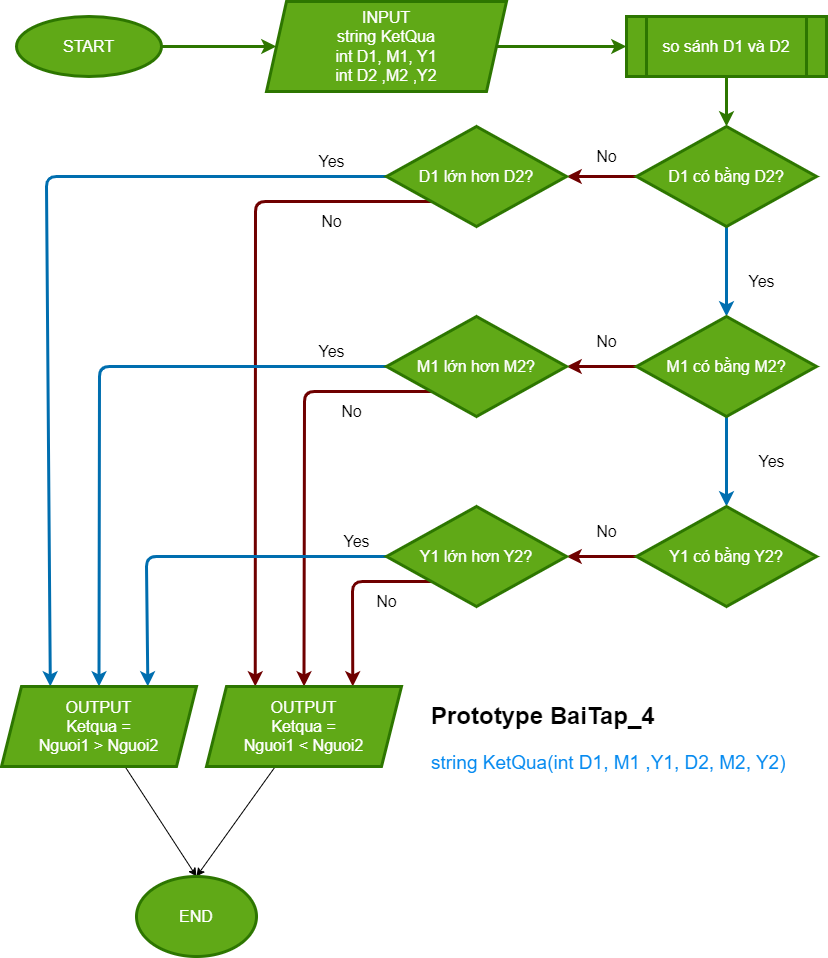
This is Lab_1/Bai_4/FlowBai_4_1.drawio.png from MinkWungNe/NLNNLT, a draw.io export, as it was before one commit. Source tidied: cells renumbered, new cells last; positions are measured from the earlier drawing's top-left corner, leaving out a move shared by most shapes.
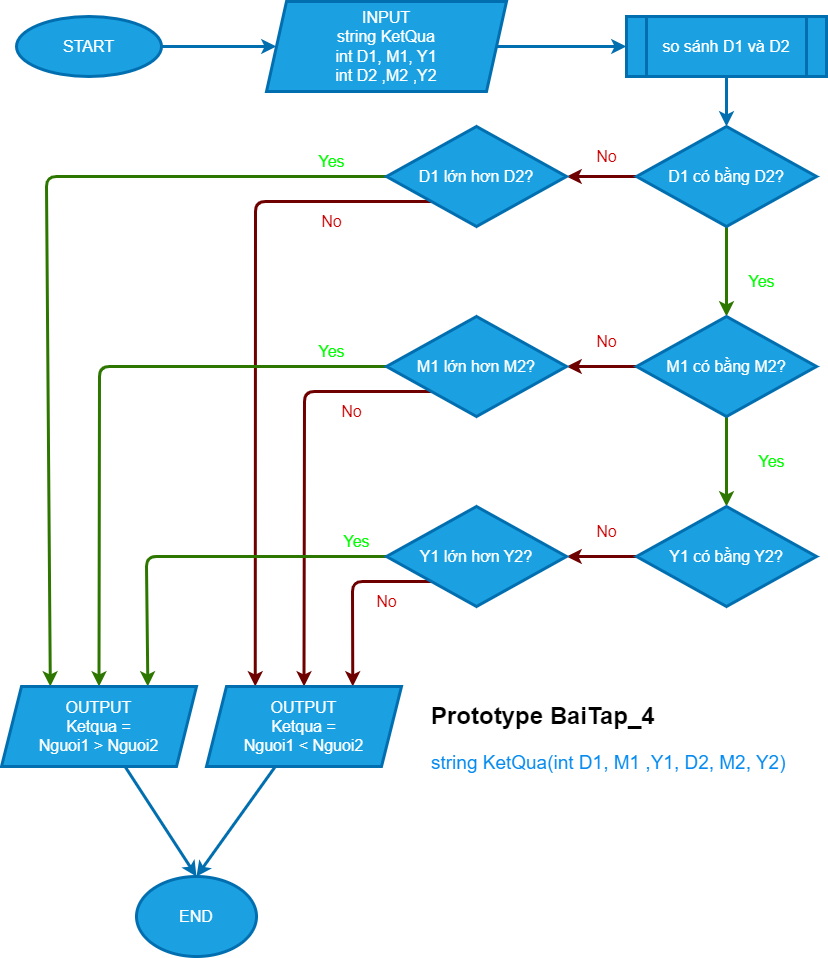
Later version of the same file.

Commit message:
Enhance flowchart readability with color highlights

Diff of the diagram source:
```diff
@@ -2,34 +2,34 @@
   <root>
     <mxCell id="0" />
     <mxCell id="1" parent="0" />
-    <mxCell id="2" style="edgeStyle=none;html=1;entryX=0;entryY=0.5;entryDx=0;entryDy=0;fontSize=16;fillColor=#60a917;strokeColor=#2D7600;strokeWidth=3;" parent="1" edge="1" source="3" target="5">
+    <mxCell id="2" style="edgeStyle=none;html=1;entryX=0;entryY=0.5;entryDx=0;entryDy=0;fontSize=16;fillColor=#1ba1e2;strokeColor=#006EAF;strokeWidth=3;" parent="1" edge="1" source="3" target="5">
       <mxGeometry relative="1" as="geometry" />
     </mxCell>
-    <mxCell id="3" value="START" style="ellipse;whiteSpace=wrap;html=1;fontSize=16;fillColor=#60a917;fontColor=#ffffff;strokeColor=#2D7600;strokeWidth=3;" parent="1" vertex="1">
+    <mxCell id="3" value="START" style="ellipse;whiteSpace=wrap;html=1;fontSize=16;fillColor=#1ba1e2;fontColor=#ffffff;strokeColor=#006EAF;strokeWidth=3;" parent="1" vertex="1">
       <mxGeometry x="15" y="15" width="145" height="60" as="geometry" />
     </mxCell>
-    <mxCell id="4" style="edgeStyle=none;html=1;entryX=0;entryY=0.5;entryDx=0;entryDy=0;fontSize=16;fillColor=#60a917;strokeColor=#2D7600;strokeWidth=3;" parent="1" edge="1" source="5" target="10">
+    <mxCell id="4" style="edgeStyle=none;html=1;entryX=0;entryY=0.5;entryDx=0;entryDy=0;fontSize=16;fillColor=#1ba1e2;strokeColor=#006EAF;strokeWidth=3;" parent="1" edge="1" source="5" target="10">
       <mxGeometry relative="1" as="geometry" />
     </mxCell>
-    <mxCell id="5" value="INPUT&lt;br&gt;string KetQua&lt;br&gt;int D1, M1, Y1&lt;br&gt;int D2 ,M2 ,Y2" style="shape=parallelogram;perimeter=parallelogramPerimeter;whiteSpace=wrap;html=1;fixedSize=1;fontSize=16;labelPosition=center;verticalLabelPosition=middle;align=center;verticalAlign=middle;fillColor=#60a917;fontColor=#ffffff;strokeColor=#2D7600;strokeWidth=3;" parent="1" vertex="1">
+    <mxCell id="5" value="INPUT&lt;br&gt;string KetQua&lt;br&gt;int D1, M1, Y1&lt;br&gt;int D2 ,M2 ,Y2" style="shape=parallelogram;perimeter=parallelogramPerimeter;whiteSpace=wrap;html=1;fixedSize=1;fontSize=16;labelPosition=center;verticalLabelPosition=middle;align=center;verticalAlign=middle;fillColor=#1ba1e2;fontColor=#ffffff;strokeColor=#006EAF;strokeWidth=3;" parent="1" vertex="1">
       <mxGeometry x="265" width="240" height="90" as="geometry" />
     </mxCell>
     <mxCell id="6" style="edgeStyle=none;html=1;fontSize=16;fillColor=#a20025;strokeColor=#6F0000;strokeWidth=3;" parent="1" edge="1" source="8" target="13">
       <mxGeometry relative="1" as="geometry" />
     </mxCell>
-    <mxCell id="7" style="edgeStyle=none;html=1;fontSize=16;fillColor=#1ba1e2;strokeColor=#006EAF;strokeWidth=3;" parent="1" edge="1" source="8" target="16">
+    <mxCell id="7" style="edgeStyle=none;html=1;fontSize=16;fillColor=#60a917;strokeColor=#2D7600;strokeWidth=3;" parent="1" edge="1" source="8" target="16">
       <mxGeometry relative="1" as="geometry" />
     </mxCell>
-    <mxCell id="8" value="D1 có bằng D2?" style="rhombus;whiteSpace=wrap;html=1;fontSize=16;fillColor=#60a917;fontColor=#ffffff;strokeColor=#2D7600;strokeWidth=3;" parent="1" vertex="1">
+    <mxCell id="8" value="D1 có bằng D2?" style="rhombus;whiteSpace=wrap;html=1;fontSize=16;fillColor=#1ba1e2;fontColor=#ffffff;strokeColor=#006EAF;strokeWidth=3;" parent="1" vertex="1">
       <mxGeometry x="635" y="125" width="180" height="100" as="geometry" />
     </mxCell>
-    <mxCell id="9" style="edgeStyle=none;html=1;entryX=0.5;entryY=0;entryDx=0;entryDy=0;fontSize=16;fillColor=#60a917;strokeColor=#2D7600;strokeWidth=3;" parent="1" edge="1" source="10" target="8">
+    <mxCell id="9" style="edgeStyle=none;html=1;entryX=0.5;entryY=0;entryDx=0;entryDy=0;fontSize=16;fillColor=#1ba1e2;strokeColor=#006EAF;strokeWidth=3;" parent="1" edge="1" source="10" target="8">
       <mxGeometry relative="1" as="geometry" />
     </mxCell>
-    <mxCell id="10" value="so sánh D1 và D2" style="shape=process;whiteSpace=wrap;html=1;backgroundOutline=1;fontSize=16;fillColor=#60a917;fontColor=#ffffff;strokeColor=#2D7600;strokeWidth=3;" parent="1" vertex="1">
+    <mxCell id="10" value="so sánh D1 và D2" style="shape=process;whiteSpace=wrap;html=1;backgroundOutline=1;fontSize=16;fillColor=#1ba1e2;fontColor=#ffffff;strokeColor=#006EAF;strokeWidth=3;" parent="1" vertex="1">
       <mxGeometry x="625" y="15" width="200" height="60" as="geometry" />
     </mxCell>
-    <mxCell id="11" style="edgeStyle=none;html=1;entryX=0.25;entryY=0;entryDx=0;entryDy=0;fontSize=16;fillColor=#1ba1e2;strokeColor=#006EAF;strokeWidth=3;" parent="1" edge="1" source="13" target="26">
+    <mxCell id="11" style="edgeStyle=none;html=1;entryX=0.25;entryY=0;entryDx=0;entryDy=0;fontSize=16;fillColor=#60a917;strokeColor=#2D7600;strokeWidth=3;" parent="1" edge="1" source="13" target="26">
       <mxGeometry relative="1" as="geometry">
         <Array as="points">
           <mxPoint x="45" y="175" />
@@ -43,25 +43,25 @@
         </Array>
       </mxGeometry>
     </mxCell>
-    <mxCell id="13" value="D1 lớn hơn D2?" style="rhombus;whiteSpace=wrap;html=1;fontSize=16;fillColor=#60a917;fontColor=#ffffff;strokeColor=#2D7600;strokeWidth=3;" parent="1" vertex="1">
+    <mxCell id="13" value="D1 lớn hơn D2?" style="rhombus;whiteSpace=wrap;html=1;fontSize=16;fillColor=#1ba1e2;fontColor=#ffffff;strokeColor=#006EAF;strokeWidth=3;" parent="1" vertex="1">
       <mxGeometry x="385" y="125" width="180" height="100" as="geometry" />
     </mxCell>
-    <mxCell id="14" style="edgeStyle=none;html=1;fontSize=16;strokeWidth=3;fillColor=#1ba1e2;strokeColor=#006EAF;" parent="1" edge="1" source="16" target="18">
+    <mxCell id="14" style="edgeStyle=none;html=1;fontSize=16;fillColor=#60a917;strokeColor=#2D7600;strokeWidth=3;" parent="1" edge="1" source="16" target="18">
       <mxGeometry relative="1" as="geometry" />
     </mxCell>
     <mxCell id="15" style="edgeStyle=none;html=1;fontSize=16;fillColor=#a20025;strokeColor=#6F0000;strokeWidth=3;" parent="1" edge="1" source="16" target="21">
       <mxGeometry relative="1" as="geometry" />
     </mxCell>
-    <mxCell id="16" value="M1 có bằng M2?" style="rhombus;whiteSpace=wrap;html=1;fontSize=16;fillColor=#60a917;fontColor=#ffffff;strokeColor=#2D7600;strokeWidth=3;" parent="1" vertex="1">
+    <mxCell id="16" value="M1 có bằng M2?" style="rhombus;whiteSpace=wrap;html=1;fontSize=16;fillColor=#1ba1e2;fontColor=#ffffff;strokeColor=#006EAF;strokeWidth=3;" parent="1" vertex="1">
       <mxGeometry x="635" y="315" width="180" height="100" as="geometry" />
     </mxCell>
     <mxCell id="17" style="edgeStyle=none;html=1;fontSize=16;fillColor=#a20025;strokeColor=#6F0000;strokeWidth=3;" parent="1" edge="1" source="18" target="24">
       <mxGeometry relative="1" as="geometry" />
     </mxCell>
-    <mxCell id="18" value="Y1 có bằng Y2?" style="rhombus;whiteSpace=wrap;html=1;fontSize=16;fillColor=#60a917;fontColor=#ffffff;strokeColor=#2D7600;strokeWidth=3;" parent="1" vertex="1">
+    <mxCell id="18" value="Y1 có bằng Y2?" style="rhombus;whiteSpace=wrap;html=1;fontSize=16;fillColor=#1ba1e2;fontColor=#ffffff;strokeColor=#006EAF;strokeWidth=3;" parent="1" vertex="1">
       <mxGeometry x="635" y="505" width="180" height="100" as="geometry" />
     </mxCell>
-    <mxCell id="19" style="edgeStyle=none;html=1;entryX=0.5;entryY=0;entryDx=0;entryDy=0;fontSize=16;fillColor=#1ba1e2;strokeColor=#006EAF;strokeWidth=3;" parent="1" edge="1" source="21" target="26">
+    <mxCell id="19" style="edgeStyle=none;html=1;entryX=0.5;entryY=0;entryDx=0;entryDy=0;fontSize=16;fillColor=#60a917;strokeColor=#2D7600;strokeWidth=3;" parent="1" edge="1" source="21" target="26">
       <mxGeometry relative="1" as="geometry">
         <Array as="points">
           <mxPoint x="98" y="365" />
@@ -75,10 +75,10 @@
         </Array>
       </mxGeometry>
     </mxCell>
-    <mxCell id="21" value="M1 lớn hơn M2?" style="rhombus;whiteSpace=wrap;html=1;fontSize=16;fillColor=#60a917;fontColor=#ffffff;strokeColor=#2D7600;strokeWidth=3;" parent="1" vertex="1">
+    <mxCell id="21" value="M1 lớn hơn M2?" style="rhombus;whiteSpace=wrap;html=1;fontSize=16;fillColor=#1ba1e2;fontColor=#ffffff;strokeColor=#006EAF;strokeWidth=3;" parent="1" vertex="1">
       <mxGeometry x="385" y="315" width="180" height="100" as="geometry" />
     </mxCell>
-    <mxCell id="22" style="edgeStyle=none;html=1;entryX=0.75;entryY=0;entryDx=0;entryDy=0;fontSize=16;fillColor=#1ba1e2;strokeColor=#006EAF;strokeWidth=3;" parent="1" edge="1" source="24" target="26">
+    <mxCell id="22" style="edgeStyle=none;html=1;entryX=0.75;entryY=0;entryDx=0;entryDy=0;fontSize=16;fillColor=#60a917;strokeColor=#2D7600;strokeWidth=3;" parent="1" edge="1" source="24" target="26">
       <mxGeometry relative="1" as="geometry">
         <Array as="points">
           <mxPoint x="145" y="555" />
@@ -92,55 +92,55 @@
         </Array>
       </mxGeometry>
     </mxCell>
-    <mxCell id="24" value="Y1 lớn hơn Y2?" style="rhombus;whiteSpace=wrap;html=1;fontSize=16;fillColor=#60a917;fontColor=#ffffff;strokeColor=#2D7600;strokeWidth=3;" parent="1" vertex="1">
+    <mxCell id="24" value="Y1 lớn hơn Y2?" style="rhombus;whiteSpace=wrap;html=1;fontSize=16;fillColor=#1ba1e2;fontColor=#ffffff;strokeColor=#006EAF;strokeWidth=3;" parent="1" vertex="1">
       <mxGeometry x="385" y="505" width="180" height="100" as="geometry" />
     </mxCell>
-    <mxCell id="25" style="edgeStyle=none;html=1;entryX=0.5;entryY=0;entryDx=0;entryDy=0;fontSize=16;" parent="1" edge="1" source="26" target="29">
+    <mxCell id="25" style="edgeStyle=none;html=1;entryX=0.5;entryY=0;entryDx=0;entryDy=0;fontSize=16;fillColor=#1ba1e2;strokeColor=#006EAF;strokeWidth=3;" parent="1" edge="1" source="26" target="29">
       <mxGeometry relative="1" as="geometry" />
     </mxCell>
-    <mxCell id="26" value="OUTPUT&lt;br&gt;Ketqua =&lt;br&gt;Nguoi1 &amp;gt; Nguoi2" style="shape=parallelogram;perimeter=parallelogramPerimeter;whiteSpace=wrap;html=1;fixedSize=1;fontSize=16;fillColor=#60a917;fontColor=#ffffff;strokeColor=#2D7600;strokeWidth=3;" parent="1" vertex="1">
+    <mxCell id="26" value="OUTPUT&lt;br&gt;Ketqua =&lt;br&gt;Nguoi1 &amp;gt; Nguoi2" style="shape=parallelogram;perimeter=parallelogramPerimeter;whiteSpace=wrap;html=1;fixedSize=1;fontSize=16;fillColor=#1ba1e2;fontColor=#ffffff;strokeColor=#006EAF;strokeWidth=3;" parent="1" vertex="1">
       <mxGeometry y="685" width="195" height="80" as="geometry" />
     </mxCell>
-    <mxCell id="27" style="edgeStyle=none;html=1;entryX=0.5;entryY=0;entryDx=0;entryDy=0;fontSize=16;" parent="1" edge="1" source="28" target="29">
+    <mxCell id="27" style="edgeStyle=none;html=1;entryX=0.5;entryY=0;entryDx=0;entryDy=0;fontSize=16;fillColor=#1ba1e2;strokeColor=#006EAF;strokeWidth=3;" parent="1" edge="1" source="28" target="29">
       <mxGeometry relative="1" as="geometry" />
     </mxCell>
-    <mxCell id="28" value="OUTPUT&lt;br&gt;Ketqua =&lt;br&gt;Nguoi1 &amp;lt; Nguoi2" style="shape=parallelogram;perimeter=parallelogramPerimeter;whiteSpace=wrap;html=1;fixedSize=1;fontSize=16;fillColor=#60a917;fontColor=#ffffff;strokeColor=#2D7600;strokeWidth=3;" parent="1" vertex="1">
+    <mxCell id="28" value="OUTPUT&lt;br&gt;Ketqua =&lt;br&gt;Nguoi1 &amp;lt; Nguoi2" style="shape=parallelogram;perimeter=parallelogramPerimeter;whiteSpace=wrap;html=1;fixedSize=1;fontSize=16;fillColor=#1ba1e2;fontColor=#ffffff;strokeColor=#006EAF;strokeWidth=3;" parent="1" vertex="1">
       <mxGeometry x="205" y="685" width="195" height="80" as="geometry" />
     </mxCell>
-    <mxCell id="29" value="END" style="ellipse;whiteSpace=wrap;html=1;fontSize=16;fillColor=#60a917;fontColor=#ffffff;strokeColor=#2D7600;strokeWidth=3;" parent="1" vertex="1">
+    <mxCell id="29" value="END" style="ellipse;whiteSpace=wrap;html=1;fontSize=16;fillColor=#1ba1e2;fontColor=#ffffff;strokeColor=#006EAF;strokeWidth=3;" parent="1" vertex="1">
       <mxGeometry x="135" y="875" width="120" height="80" as="geometry" />
     </mxCell>
-    <mxCell id="30" value="No" style="text;html=1;align=center;verticalAlign=middle;strokeColor=none;fillColor=none;fontSize=16;" parent="1" vertex="1">
+    <mxCell id="30" value="No" style="text;html=1;align=center;verticalAlign=middle;strokeColor=none;fillColor=none;fontSize=16;fontColor=#CC0000;" parent="1" vertex="1">
       <mxGeometry x="585" y="140" width="40" height="30" as="geometry" />
     </mxCell>
-    <mxCell id="31" value="Yes" style="text;html=1;align=center;verticalAlign=middle;strokeColor=none;fillColor=none;fontSize=16;" parent="1" vertex="1">
+    <mxCell id="31" value="Yes" style="text;html=1;align=center;verticalAlign=middle;strokeColor=none;fillColor=none;fontSize=16;fontColor=#00FF00;" parent="1" vertex="1">
       <mxGeometry x="735" y="265" width="50" height="30" as="geometry" />
     </mxCell>
-    <mxCell id="32" value="Yes" style="text;html=1;align=center;verticalAlign=middle;strokeColor=none;fillColor=none;fontSize=16;" parent="1" vertex="1">
+    <mxCell id="32" value="Yes" style="text;html=1;align=center;verticalAlign=middle;strokeColor=none;fillColor=none;fontSize=16;fontColor=#00FF00;" parent="1" vertex="1">
       <mxGeometry x="745" y="445" width="50" height="30" as="geometry" />
     </mxCell>
-    <mxCell id="33" value="No" style="text;html=1;align=center;verticalAlign=middle;strokeColor=none;fillColor=none;fontSize=16;" parent="1" vertex="1">
+    <mxCell id="33" value="No" style="text;html=1;align=center;verticalAlign=middle;strokeColor=none;fillColor=none;fontSize=16;fontColor=#CC0000;" parent="1" vertex="1">
       <mxGeometry x="585" y="325" width="40" height="30" as="geometry" />
     </mxCell>
-    <mxCell id="34" value="No" style="text;html=1;align=center;verticalAlign=middle;strokeColor=none;fillColor=none;fontSize=16;" parent="1" vertex="1">
+    <mxCell id="34" value="No" style="text;html=1;align=center;verticalAlign=middle;strokeColor=none;fillColor=none;fontSize=16;fontColor=#CC0000;" parent="1" vertex="1">
       <mxGeometry x="585" y="515" width="40" height="30" as="geometry" />
     </mxCell>
-    <mxCell id="35" value="No" style="text;html=1;align=center;verticalAlign=middle;strokeColor=none;fillColor=none;fontSize=16;" parent="1" vertex="1">
+    <mxCell id="35" value="No" style="text;html=1;align=center;verticalAlign=middle;strokeColor=none;fillColor=none;fontSize=16;fontColor=#CC0000;" parent="1" vertex="1">
       <mxGeometry x="310" y="205" width="40" height="30" as="geometry" />
     </mxCell>
-    <mxCell id="36" value="No" style="text;html=1;align=center;verticalAlign=middle;strokeColor=none;fillColor=none;fontSize=16;" parent="1" vertex="1">
+    <mxCell id="36" value="No" style="text;html=1;align=center;verticalAlign=middle;strokeColor=none;fillColor=none;fontSize=16;fontColor=#CC0000;" parent="1" vertex="1">
       <mxGeometry x="330" y="395" width="40" height="30" as="geometry" />
     </mxCell>
-    <mxCell id="37" value="No" style="text;html=1;align=center;verticalAlign=middle;strokeColor=none;fillColor=none;fontSize=16;" parent="1" vertex="1">
+    <mxCell id="37" value="No" style="text;html=1;align=center;verticalAlign=middle;strokeColor=none;fillColor=none;fontSize=16;fontColor=#CC0000;" parent="1" vertex="1">
       <mxGeometry x="365" y="585" width="40" height="30" as="geometry" />
     </mxCell>
-    <mxCell id="38" value="Yes" style="text;html=1;align=center;verticalAlign=middle;strokeColor=none;fillColor=none;fontSize=16;" parent="1" vertex="1">
+    <mxCell id="38" value="Yes" style="text;html=1;align=center;verticalAlign=middle;strokeColor=none;fillColor=none;fontSize=16;fontColor=#00FF00;" parent="1" vertex="1">
       <mxGeometry x="305" y="145" width="50" height="30" as="geometry" />
     </mxCell>
-    <mxCell id="39" value="Yes" style="text;html=1;align=center;verticalAlign=middle;strokeColor=none;fillColor=none;fontSize=16;" parent="1" vertex="1">
+    <mxCell id="39" value="Yes" style="text;html=1;align=center;verticalAlign=middle;strokeColor=none;fillColor=none;fontSize=16;fontColor=#00FF00;" parent="1" vertex="1">
       <mxGeometry x="305" y="335" width="50" height="30" as="geometry" />
     </mxCell>
-    <mxCell id="40" value="Yes" style="text;html=1;align=center;verticalAlign=middle;strokeColor=none;fillColor=none;fontSize=16;" parent="1" vertex="1">
+    <mxCell id="40" value="Yes" style="text;html=1;align=center;verticalAlign=middle;strokeColor=none;fillColor=none;fontSize=16;fontColor=#00FF00;" parent="1" vertex="1">
       <mxGeometry x="330" y="525" width="50" height="30" as="geometry" />
     </mxCell>
     <mxCell id="41" value="&lt;h1&gt;&lt;span style=&quot;background-color: initial;&quot;&gt;Prototype BaiTap_4&lt;/span&gt;&lt;/h1&gt;&lt;h1&gt;&lt;span style=&quot;font-weight: 400;&quot;&gt;&lt;font color=&quot;#058af0&quot; style=&quot;font-size: 19px;&quot;&gt;string KetQua(int D1, M1 ,Y1, D2, M2, Y2)&lt;/font&gt;&lt;/span&gt;&lt;/h1&gt;" style="text;html=1;strokeColor=none;fillColor=none;spacing=5;spacingTop=-20;whiteSpace=wrap;overflow=hidden;rounded=0;" parent="1" vertex="1">
```
